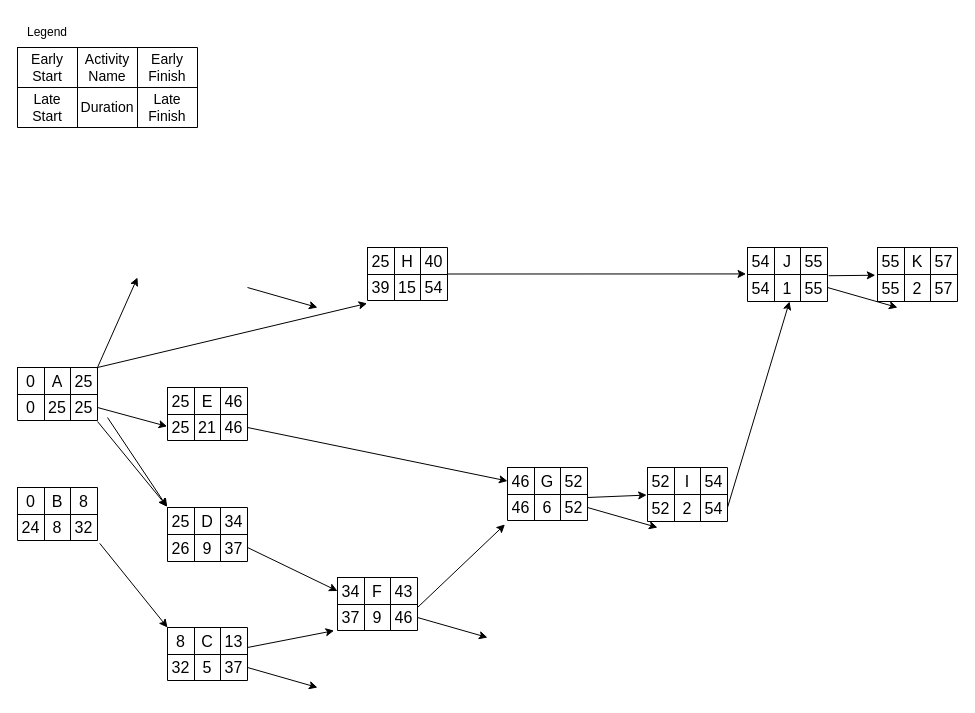
SyedSiddiqShakir/msc_iot_academic keeps this draw.io diagram as critical.drawio. Above is the earlier version. Source tidied: cells renumbered, new cells numbered last; positions are measured from the earlier drawing's top-left corner, leaving out a move shared by most shapes. Both pictures are drawn from the tidied source at 100%, with x=0, y=0 at pixel (17, 17).
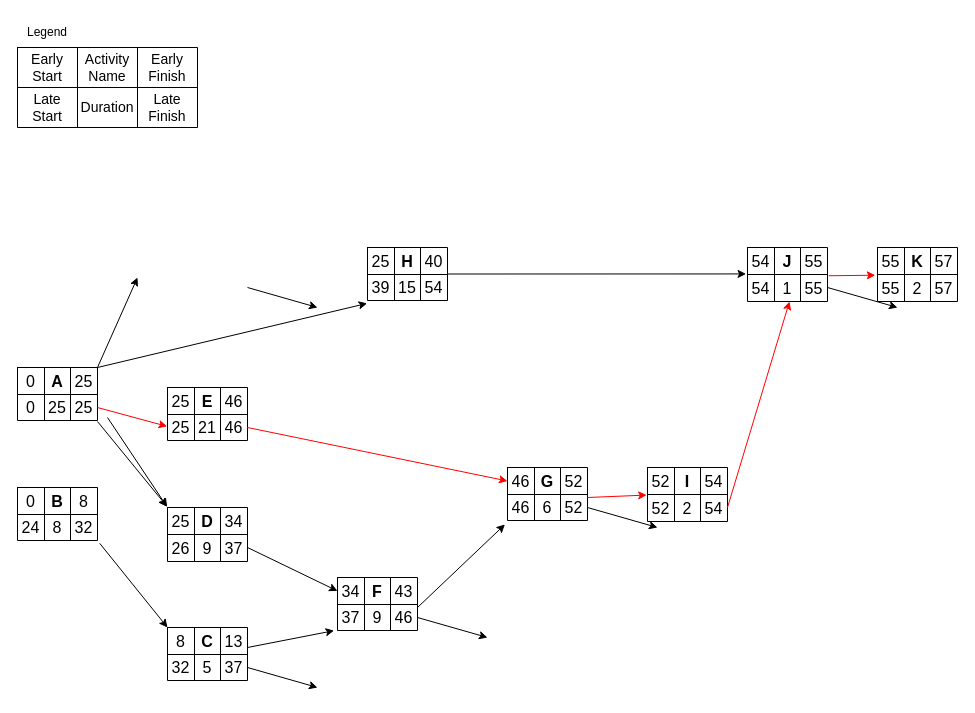
The same diagram, later.

The change refers to these unchanged cells:
```xml
<mxCell id="3" style="shape=tableRow;horizontal=0;startSize=0;swimlaneHead=0;swimlaneBody=0;strokeColor=inherit;top=0;left=0;bottom=0;right=0;fillColor=none;points=[[0,0.5],[1,0.5]];portConstraint=eastwest;fontSize=16;" parent="2" vertex="1">
  <mxGeometry width="80" height="27" as="geometry" />
</mxCell>
<mxCell id="7" style="shape=tableRow;horizontal=0;startSize=0;swimlaneHead=0;swimlaneBody=0;strokeColor=inherit;top=0;left=0;bottom=0;right=0;fillColor=none;points=[[0,0.5],[1,0.5]];portConstraint=eastwest;fontSize=16;" parent="2" vertex="1">
  <mxGeometry y="27" width="80" height="26" as="geometry" />
</mxCell>
<mxCell id="12" style="shape=tableRow;horizontal=0;startSize=0;swimlaneHead=0;swimlaneBody=0;strokeColor=inherit;top=0;left=0;bottom=0;right=0;fillColor=none;fontSize=16;" parent="11" vertex="1">
  <mxGeometry width="80" height="27" as="geometry" />
</mxCell>
<mxCell id="21" style="shape=tableRow;horizontal=0;startSize=0;swimlaneHead=0;swimlaneBody=0;strokeColor=inherit;top=0;left=0;bottom=0;right=0;fillColor=none;points=[[0,0.5],[1,0.5]];portConstraint=eastwest;fontSize=16;" parent="20" vertex="1">
  <mxGeometry width="80" height="27" as="geometry" />
</mxCell>
<mxCell id="30" style="shape=tableRow;horizontal=0;startSize=0;swimlaneHead=0;swimlaneBody=0;strokeColor=inherit;top=0;left=0;bottom=0;right=0;fillColor=none;fontSize=16;" parent="29" vertex="1">
  <mxGeometry width="80" height="27" as="geometry" />
</mxCell>
<mxCell id="34" style="shape=tableRow;horizontal=0;startSize=0;swimlaneHead=0;swimlaneBody=0;strokeColor=inherit;top=0;left=0;bottom=0;right=0;fillColor=none;points=[[0,0.5],[1,0.5]];portConstraint=eastwest;fontSize=16;" parent="29" vertex="1">
  <mxGeometry y="27" width="80" height="26" as="geometry" />
</mxCell>
<mxCell id="39" style="shape=tableRow;horizontal=0;startSize=0;swimlaneHead=0;swimlaneBody=0;strokeColor=inherit;top=0;left=0;bottom=0;right=0;fillColor=none;fontSize=16;" parent="38" vertex="1">
  <mxGeometry width="80" height="27" as="geometry" />
</mxCell>
<mxCell id="48" style="shape=tableRow;horizontal=0;startSize=0;swimlaneHead=0;swimlaneBody=0;strokeColor=inherit;top=0;left=0;bottom=0;right=0;fillColor=none;fontSize=16;" parent="47" vertex="1">
  <mxGeometry width="80" height="27" as="geometry" />
</mxCell>
<mxCell id="52" style="shape=tableRow;horizontal=0;startSize=0;swimlaneHead=0;swimlaneBody=0;strokeColor=inherit;top=0;left=0;bottom=0;right=0;fillColor=none;points=[[0,0.5],[1,0.5]];portConstraint=eastwest;fontSize=16;" parent="47" vertex="1">
  <mxGeometry y="27" width="80" height="27" as="geometry" />
</mxCell>
<mxCell id="57" style="shape=tableRow;horizontal=0;startSize=0;swimlaneHead=0;swimlaneBody=0;strokeColor=inherit;top=0;left=0;bottom=0;right=0;fillColor=none;points=[[0,0.5],[1,0.5]];portConstraint=eastwest;fontSize=16;" parent="56" vertex="1">
  <mxGeometry width="80" height="27" as="geometry" />
</mxCell>
<mxCell id="66" style="shape=tableRow;horizontal=0;startSize=0;swimlaneHead=0;swimlaneBody=0;strokeColor=inherit;top=0;left=0;bottom=0;right=0;fillColor=none;points=[[0,0.5],[1,0.5]];portConstraint=eastwest;fontSize=16;" parent="65" vertex="1">
  <mxGeometry width="80" height="27" as="geometry" />
</mxCell>
<mxCell id="75" style="shape=tableRow;horizontal=0;startSize=0;swimlaneHead=0;swimlaneBody=0;strokeColor=inherit;top=0;left=0;bottom=0;right=0;fillColor=none;fontSize=16;" parent="74" vertex="1">
  <mxGeometry width="80" height="27" as="geometry" />
</mxCell>
<mxCell id="79" style="shape=tableRow;horizontal=0;startSize=0;swimlaneHead=0;swimlaneBody=0;strokeColor=inherit;top=0;left=0;bottom=0;right=0;fillColor=none;points=[[0,0.5],[1,0.5]];portConstraint=eastwest;fontSize=16;" parent="74" vertex="1">
  <mxGeometry y="27" width="80" height="27" as="geometry" />
</mxCell>
<mxCell id="84" style="shape=tableRow;horizontal=0;startSize=0;swimlaneHead=0;swimlaneBody=0;strokeColor=inherit;top=0;left=0;bottom=0;right=0;fillColor=none;fontSize=16;" parent="83" vertex="1">
  <mxGeometry width="80" height="27" as="geometry" />
</mxCell>
<mxCell id="88" style="shape=tableRow;horizontal=0;startSize=0;swimlaneHead=0;swimlaneBody=0;strokeColor=inherit;top=0;left=0;bottom=0;right=0;fillColor=none;points=[[0,0.5],[1,0.5]];portConstraint=eastwest;fontSize=16;" parent="83" vertex="1">
  <mxGeometry y="27" width="80" height="27" as="geometry" />
</mxCell>
<mxCell id="122" style="shape=tableRow;horizontal=0;startSize=0;swimlaneHead=0;swimlaneBody=0;strokeColor=inherit;top=0;left=0;bottom=0;right=0;fillColor=none;fontSize=16;" parent="121" vertex="1">
  <mxGeometry width="80" height="27" as="geometry" />
</mxCell>
```

Diff of the diagram source:
```diff
@@
-    <mxCell id="5" value="A" style="shape=partialRectangle;html=1;whiteSpace=wrap;strokeColor=inherit;overflow=hidden;fillColor=none;top=0;left=0;bottom=0;right=0;fontSize=16;" parent="3" vertex="1">
+    <mxCell id="5" value="A" style="shape=partialRectangle;html=1;whiteSpace=wrap;strokeColor=inherit;overflow=hidden;fillColor=none;top=0;left=0;bottom=0;right=0;fontSize=16;fontStyle=1;" parent="3" vertex="1">
       <mxGeometry x="27" width="26" height="27" as="geometry" />
     </mxCell>
@@
-    <mxCell id="14" value="B" style="shape=partialRectangle;html=1;whiteSpace=wrap;strokeColor=inherit;overflow=hidden;fillColor=none;top=0;left=0;bottom=0;right=0;fontSize=16;" parent="12" vertex="1">
+    <mxCell id="14" value="B" style="shape=partialRectangle;html=1;whiteSpace=wrap;strokeColor=inherit;overflow=hidden;fillColor=none;top=0;left=0;bottom=0;right=0;fontSize=16;fontStyle=1;" parent="12" vertex="1">
       <mxGeometry x="27" width="26" height="27" as="geometry" />
     </mxCell>
@@
-    <mxCell id="23" value="D" style="shape=partialRectangle;html=1;whiteSpace=wrap;strokeColor=inherit;overflow=hidden;fillColor=none;top=0;left=0;bottom=0;right=0;fontSize=16;" parent="21" vertex="1">
+    <mxCell id="23" value="D" style="shape=partialRectangle;html=1;whiteSpace=wrap;strokeColor=inherit;overflow=hidden;fillColor=none;top=0;left=0;bottom=0;right=0;fontSize=16;fontStyle=1;" parent="21" vertex="1">
       <mxGeometry x="27" width="26" height="27" as="geometry" />
     </mxCell>
@@
-    <mxCell id="32" value="E" style="shape=partialRectangle;html=1;whiteSpace=wrap;strokeColor=inherit;overflow=hidden;fillColor=none;top=0;left=0;bottom=0;right=0;fontSize=16;" parent="30" vertex="1">
+    <mxCell id="32" value="E" style="shape=partialRectangle;html=1;whiteSpace=wrap;strokeColor=inherit;overflow=hidden;fillColor=none;top=0;left=0;bottom=0;right=0;fontSize=16;fontStyle=1;" parent="30" vertex="1">
       <mxGeometry x="27" width="26" height="27" as="geometry" />
     </mxCell>
@@
-    <mxCell id="41" value="C" style="shape=partialRectangle;html=1;whiteSpace=wrap;strokeColor=inherit;overflow=hidden;fillColor=none;top=0;left=0;bottom=0;right=0;fontSize=16;" parent="39" vertex="1">
+    <mxCell id="41" value="C" style="shape=partialRectangle;html=1;whiteSpace=wrap;strokeColor=inherit;overflow=hidden;fillColor=none;top=0;left=0;bottom=0;right=0;fontSize=16;fontStyle=1;" parent="39" vertex="1">
       <mxGeometry x="27" width="26" height="27" as="geometry" />
     </mxCell>
@@
-    <mxCell id="50" value="I" style="shape=partialRectangle;html=1;whiteSpace=wrap;strokeColor=inherit;overflow=hidden;fillColor=none;top=0;left=0;bottom=0;right=0;fontSize=16;" parent="48" vertex="1">
+    <mxCell id="50" value="I" style="shape=partialRectangle;html=1;whiteSpace=wrap;strokeColor=inherit;overflow=hidden;fillColor=none;top=0;left=0;bottom=0;right=0;fontSize=16;fontStyle=1;" parent="48" vertex="1">
       <mxGeometry x="27" width="26" height="27" as="geometry" />
     </mxCell>
@@
-    <mxCell id="59" value="F" style="shape=partialRectangle;html=1;whiteSpace=wrap;strokeColor=inherit;overflow=hidden;fillColor=none;top=0;left=0;bottom=0;right=0;fontSize=16;" parent="57" vertex="1">
+    <mxCell id="59" value="F" style="shape=partialRectangle;html=1;whiteSpace=wrap;strokeColor=inherit;overflow=hidden;fillColor=none;top=0;left=0;bottom=0;right=0;fontSize=16;fontStyle=1;" parent="57" vertex="1">
       <mxGeometry x="27" width="26" height="27" as="geometry" />
     </mxCell>
@@
-    <mxCell id="68" value="G" style="shape=partialRectangle;html=1;whiteSpace=wrap;strokeColor=inherit;overflow=hidden;fillColor=none;top=0;left=0;bottom=0;right=0;fontSize=16;" parent="66" vertex="1">
+    <mxCell id="68" value="G" style="shape=partialRectangle;html=1;whiteSpace=wrap;strokeColor=inherit;overflow=hidden;fillColor=none;top=0;left=0;bottom=0;right=0;fontSize=16;fontStyle=1;" parent="66" vertex="1">
       <mxGeometry x="27" width="26" height="27" as="geometry" />
     </mxCell>
@@
-    <mxCell id="77" value="J" style="shape=partialRectangle;html=1;whiteSpace=wrap;strokeColor=inherit;overflow=hidden;fillColor=none;top=0;left=0;bottom=0;right=0;fontSize=16;" parent="75" vertex="1">
+    <mxCell id="77" value="J" style="shape=partialRectangle;html=1;whiteSpace=wrap;strokeColor=inherit;overflow=hidden;fillColor=none;top=0;left=0;bottom=0;right=0;fontSize=16;fontStyle=1;" parent="75" vertex="1">
       <mxGeometry x="27" width="26" height="27" as="geometry" />
     </mxCell>
@@
-    <mxCell id="86" value="K" style="shape=partialRectangle;html=1;whiteSpace=wrap;strokeColor=inherit;overflow=hidden;fillColor=none;top=0;left=0;bottom=0;right=0;fontSize=16;" parent="84" vertex="1">
+    <mxCell id="86" value="K" style="shape=partialRectangle;html=1;whiteSpace=wrap;strokeColor=inherit;overflow=hidden;fillColor=none;top=0;left=0;bottom=0;right=0;fontSize=16;fontStyle=1;" parent="84" vertex="1">
       <mxGeometry x="27" width="26" height="27" as="geometry" />
     </mxCell>
@@
-    <mxCell id="93" style="endArrow=classic;html=1;rounded=0;exitX=1;exitY=0.5;exitDx=0;exitDy=0;entryX=-0.005;entryY=0.457;entryDx=0;entryDy=0;entryPerimeter=0;" parent="1" edge="1" source="7" target="34">
+    <mxCell id="93" style="endArrow=classic;html=1;rounded=0;exitX=1;exitY=0.5;exitDx=0;exitDy=0;entryX=-0.005;entryY=0.457;entryDx=0;entryDy=0;entryPerimeter=0;fontStyle=0;strokeWidth=1;strokeColor=#ff0000;" parent="1" edge="1" source="7" target="34">
       <mxGeometry relative="1" as="geometry" />
     </mxCell>
@@
-    <mxCell id="99" style="endArrow=classic;html=1;rounded=0;exitX=1;exitY=0.5;exitDx=0;exitDy=0;entryX=0;entryY=0.5;entryDx=0;entryDy=0;" parent="1" edge="1" target="66">
+    <mxCell id="99" style="endArrow=classic;html=1;rounded=0;exitX=1;exitY=0.5;exitDx=0;exitDy=0;entryX=0;entryY=0.5;entryDx=0;entryDy=0;strokeColor=#ff0000;" parent="1" edge="1" target="66">
       <mxGeometry relative="1" as="geometry">
         <mxPoint x="230" y="410" as="sourcePoint" />
       </mxGeometry>
     </mxCell>
@@
-    <mxCell id="102" style="endArrow=classic;html=1;rounded=0;exitX=1;exitY=0.5;exitDx=0;exitDy=0;entryX=0.525;entryY=1;entryDx=0;entryDy=0;entryPerimeter=0;" parent="1" edge="1" target="79">
+    <mxCell id="102" style="endArrow=classic;html=1;rounded=0;exitX=1;exitY=0.5;exitDx=0;exitDy=0;entryX=0.525;entryY=1;entryDx=0;entryDy=0;entryPerimeter=0;strokeColor=#ff0000;" parent="1" edge="1" target="79">
       <mxGeometry relative="1" as="geometry">
         <mxPoint x="710" y="490" as="sourcePoint" />
       </mxGeometry>
     </mxCell>
@@
-    <mxCell id="104" style="endArrow=classic;html=1;rounded=0;exitX=1.014;exitY=0.046;exitDx=0;exitDy=0;entryX=-0.027;entryY=0.027;entryDx=0;entryDy=0;exitPerimeter=0;entryPerimeter=0;" parent="1" edge="1" source="79" target="88">
+    <mxCell id="104" style="endArrow=classic;html=1;rounded=0;exitX=1.014;exitY=0.046;exitDx=0;exitDy=0;entryX=-0.027;entryY=0.027;entryDx=0;entryDy=0;exitPerimeter=0;entryPerimeter=0;strokeColor=#ff0000;" parent="1" edge="1" source="79" target="88">
       <mxGeometry relative="1" as="geometry" />
     </mxCell>
-    <mxCell id="105" style="endArrow=classic;html=1;rounded=0;exitX=1;exitY=0.5;exitDx=0;exitDy=0;entryX=-0.01;entryY=0.021;entryDx=0;entryDy=0;entryPerimeter=0;" parent="1" edge="1" target="52">
+    <mxCell id="105" style="endArrow=classic;html=1;rounded=0;exitX=1;exitY=0.5;exitDx=0;exitDy=0;entryX=-0.01;entryY=0.021;entryDx=0;entryDy=0;entryPerimeter=0;strokeColor=#ff0000;" parent="1" edge="1" target="52">
       <mxGeometry relative="1" as="geometry">
         <mxPoint x="570" y="480" as="sourcePoint" />
       </mxGeometry>
     </mxCell>
@@
-    <mxCell id="124" value="H" style="shape=partialRectangle;html=1;whiteSpace=wrap;strokeColor=inherit;overflow=hidden;fillColor=none;top=0;left=0;bottom=0;right=0;fontSize=16;" parent="122" vertex="1">
+    <mxCell id="124" value="H" style="shape=partialRectangle;html=1;whiteSpace=wrap;strokeColor=inherit;overflow=hidden;fillColor=none;top=0;left=0;bottom=0;right=0;fontSize=16;fontStyle=1;" parent="122" vertex="1">
       <mxGeometry x="27" width="26" height="27" as="geometry" />
     </mxCell>
```
